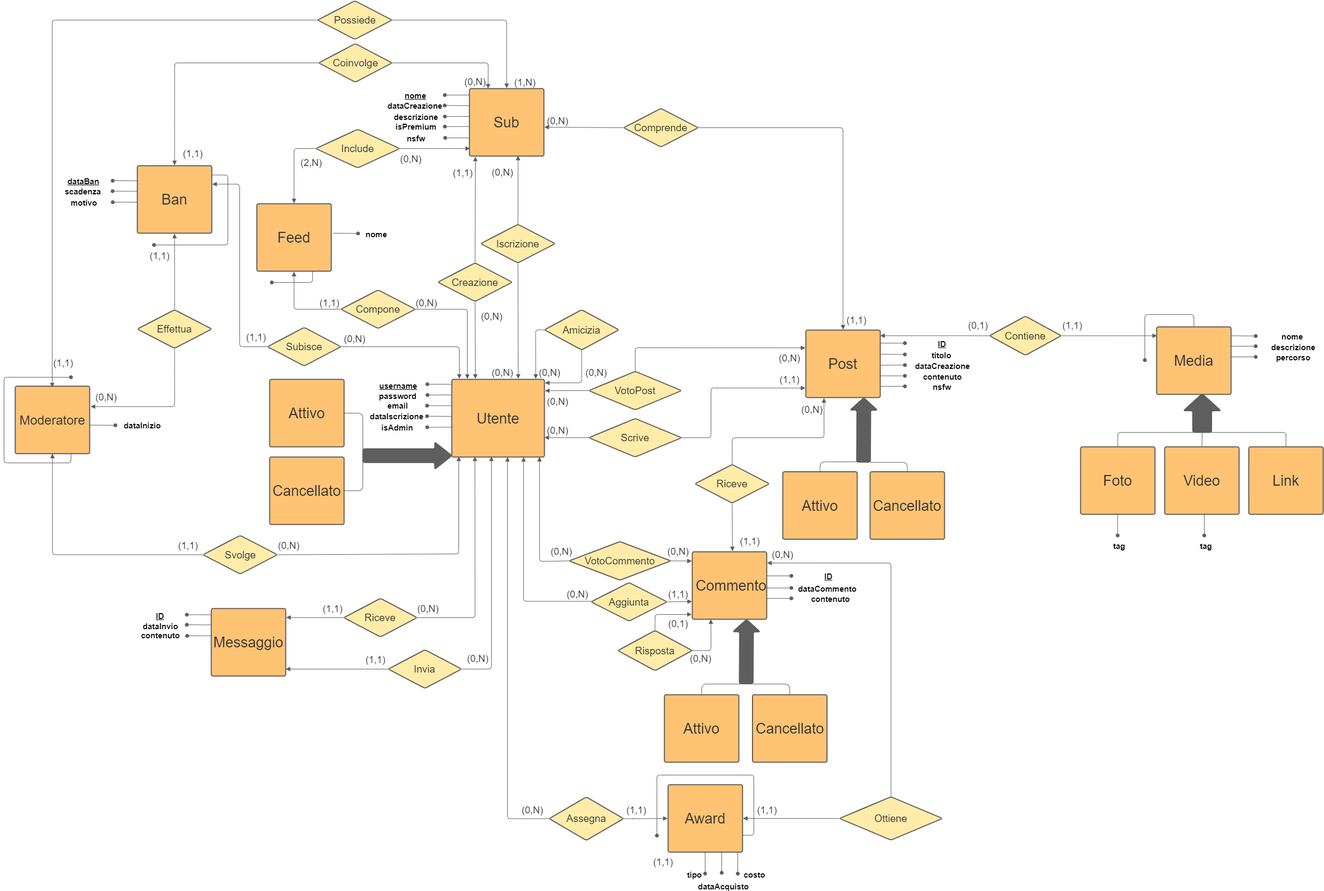
This is ER_iniziale.png from LucaPolese/Leddit, a draw.io export, as it was before one commit. Source tidied: cells renumbered, new cells last; positions are measured from the earlier drawing's top-left corner, leaving out a move shared by most shapes.
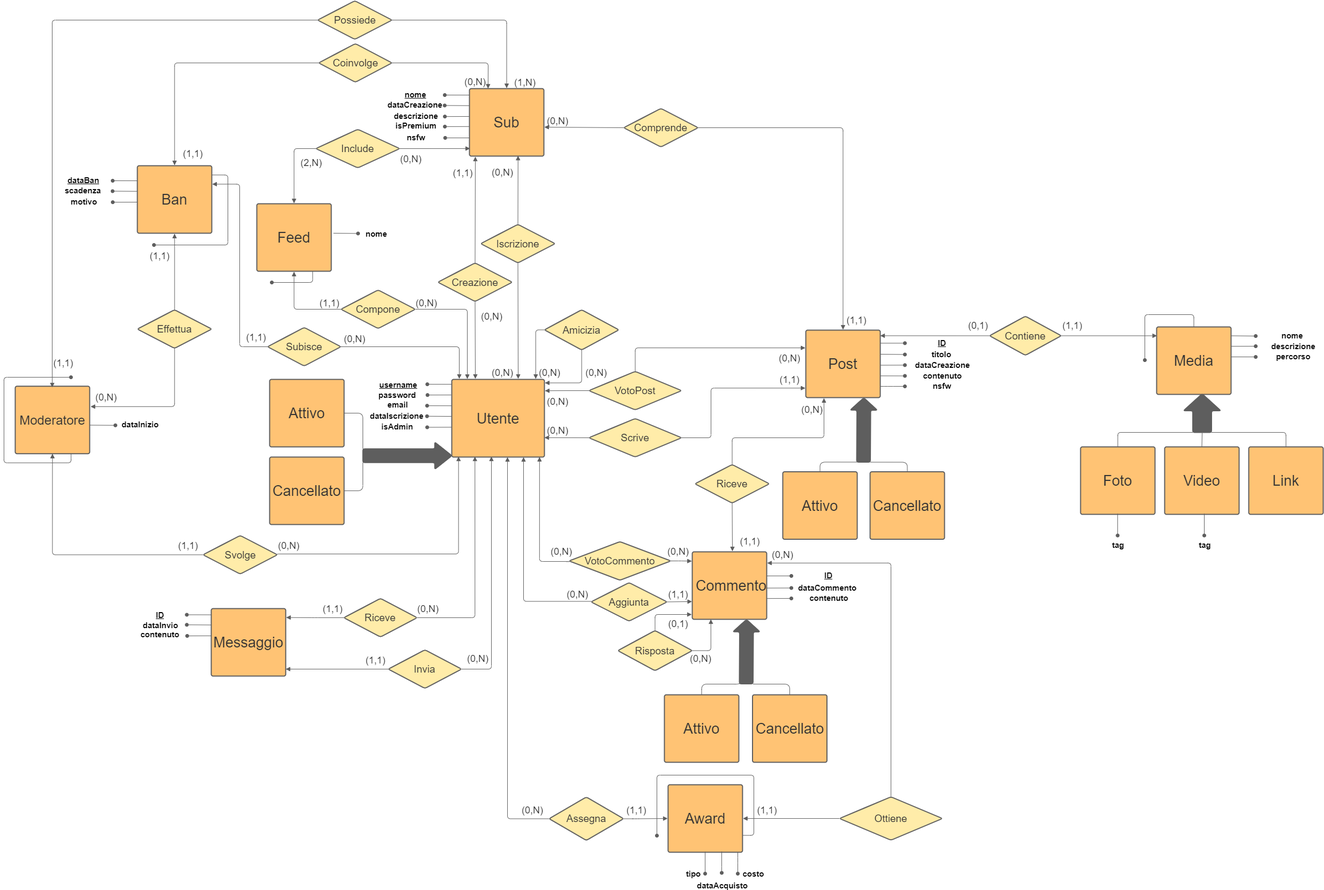
The same file after the commit.

Commit message:
ER_iniziale aggiunta una modifica

Diff of the diagram source:
```diff
@@ -665,9 +665,6 @@
         <mxPoint x="103.3" y="-1" as="offset" />
       </mxGeometry>
     </mxCell>
-    <mxCell id="161" value="(1,1)" style="html=1;overflow=block;blockSpacing=1;whiteSpace=wrap;strokeColor=none;fillColor=none;whiteSpace=wrap;fontSize=18;fontColor=#333333;align=center;spacing=0;strokeOpacity=100;fillOpacity=100;rounded=1;absoluteArcSize=1;arcSize=7;strokeWidth=2;" parent="1" vertex="1">
-      <mxGeometry x="1210" y="1596" width="42" height="25" as="geometry" />
-    </mxCell>
     <mxCell id="162" style="endArrow=oval;html=1;startArrow=none;startFill=0;strokeColor=#5e5e5e;strokeWidth=1;endFill=1;" parent="1" edge="1">
       <mxGeometry relative="1" as="geometry">
         <mxPoint x="1340" y="1588.5" as="sourcePoint" />
```
